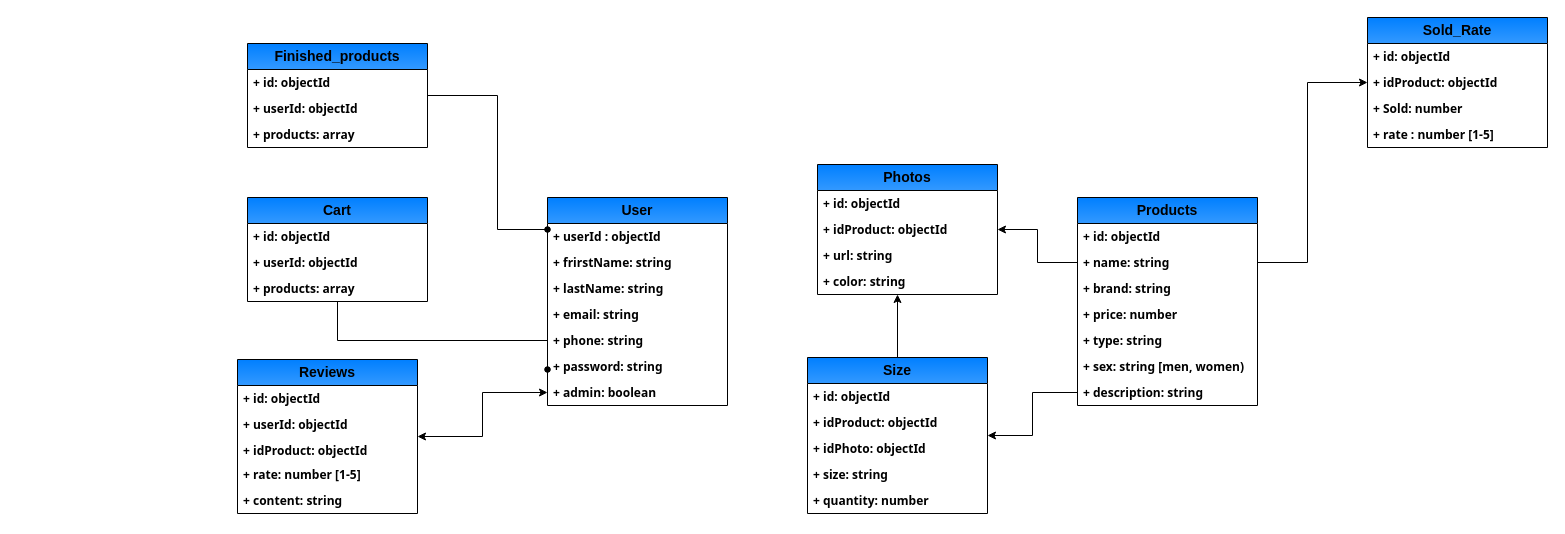
This is Biểu đồ không có tiêu đề.drawio from Baodt2911/FASCO, a draw.io file, before an edit. Source tidied: cells renumbered, new cells numbered last; positions are measured from the earlier drawing's top-left corner, leaving out a move shared by most shapes. Both pictures are drawn from the tidied source at 100%, with x=0, y=0 at pixel (237, 17).
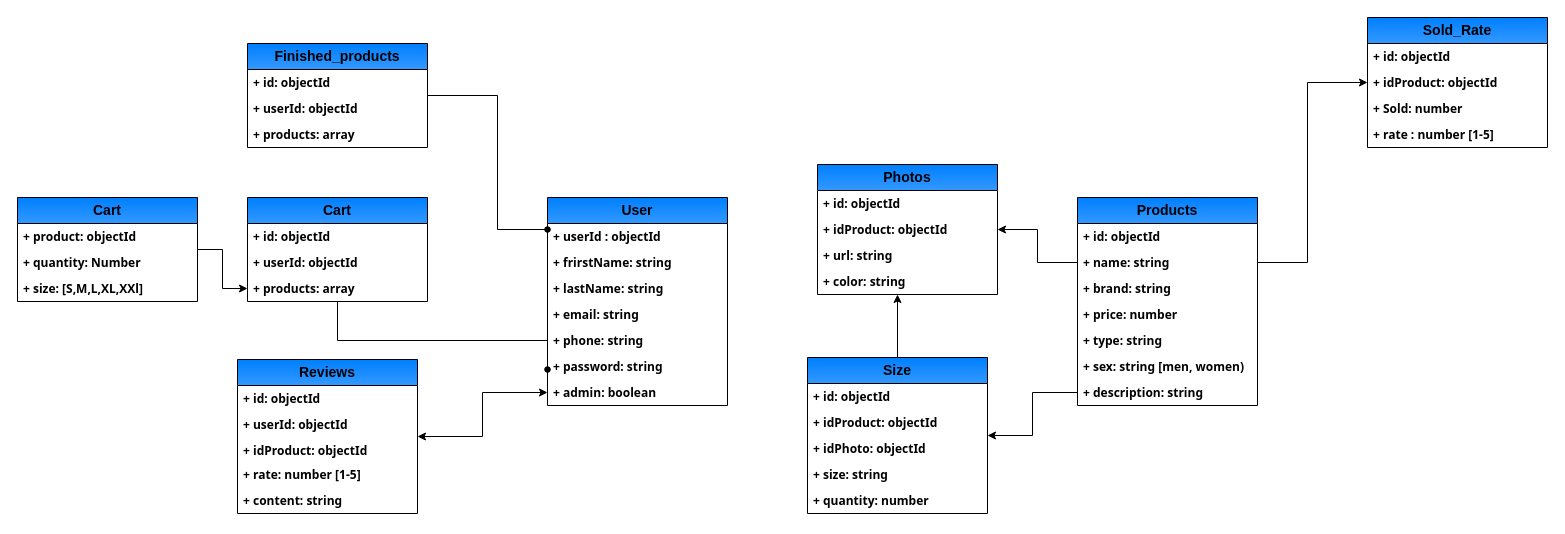
Above is the later version.

Commit message:
update filed for cart

The change refers to these unchanged cells:
```xml
<mxCell id="19" value="+ products: array" style="text;strokeColor=none;fillColor=none;align=left;verticalAlign=top;spacingLeft=4;spacingRight=4;overflow=hidden;points=[[0,0.5],[1,0.5]];portConstraint=eastwest;whiteSpace=wrap;html=1;fontFamily=Tahoma;fontStyle=1;" parent="16" vertex="1">
  <mxGeometry y="78" width="180" height="26" as="geometry" />
</mxCell>
```

The edit, as a diff of the source:
```diff
@@
+    <mxCell id="59" style="edgeStyle=orthogonalEdgeStyle;rounded=0;jettySize=auto;html=1;" parent="1" edge="1" source="60" target="19">
+      <mxGeometry relative="1" as="geometry" />
+    </mxCell>
+    <mxCell id="60" value="Cart" style="swimlane;fontStyle=1;horizontal=1;startSize=26;fillColor=#007FFF;whiteSpace=wrap;html=1;rounded=0;glass=0;shadow=0;swimlaneFillColor=default;gradientColor=#3399FF;fontSize=14;arcSize=50;" parent="1" vertex="1">
+      <mxGeometry x="-220" y="180" width="180" height="104" as="geometry" />
+    </mxCell>
+    <mxCell id="61" value="+ product: objectId" style="text;strokeColor=none;fillColor=none;align=left;verticalAlign=top;spacingLeft=4;spacingRight=4;overflow=hidden;whiteSpace=wrap;html=1;fontSize=12;fontStyle=1;fontFamily=Tahoma;" parent="60" vertex="1">
+      <mxGeometry y="26" width="180" height="26" as="geometry" />
+    </mxCell>
+    <mxCell id="62" value="+ quantity: Number" style="text;strokeColor=none;fillColor=none;align=left;verticalAlign=top;spacingLeft=4;spacingRight=4;overflow=hidden;whiteSpace=wrap;html=1;fontFamily=Tahoma;fontStyle=1;" parent="60" vertex="1">
+      <mxGeometry y="52" width="180" height="26" as="geometry" />
+    </mxCell>
+    <mxCell id="63" value="+ size: [S,M,L,XL,XXl]" style="text;strokeColor=none;fillColor=none;align=left;verticalAlign=top;spacingLeft=4;spacingRight=4;overflow=hidden;whiteSpace=wrap;html=1;fontFamily=Tahoma;fontStyle=1;" parent="60" vertex="1">
+      <mxGeometry y="78" width="180" height="26" as="geometry" />
+    </mxCell>
```
